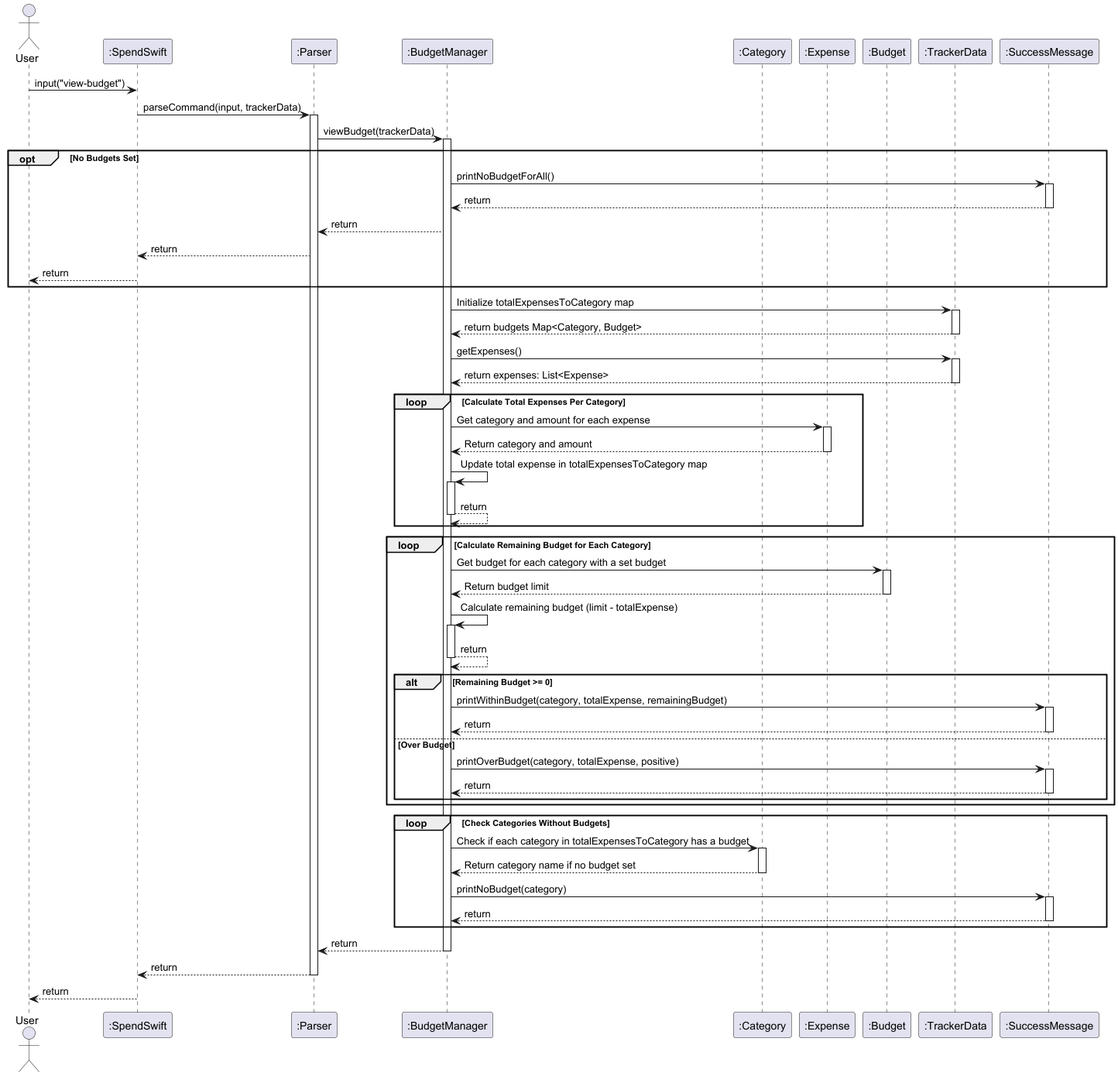
The PlantUML diagram docs/sequencediagrams/ViewBudget.png in nus-cs2113-AY2425S1/tp, before a commit.
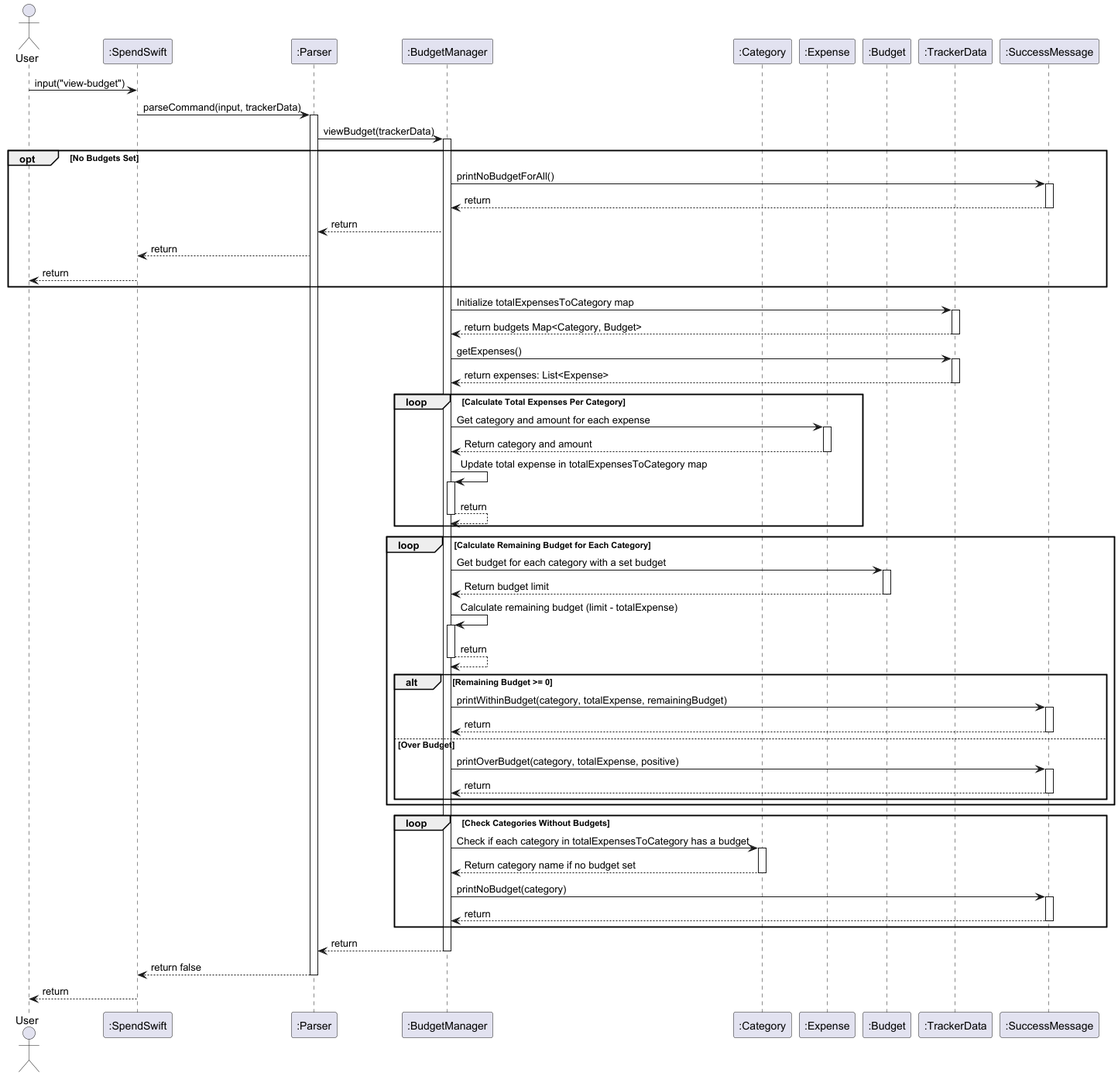
The same file after the commit.

Change to the diagram source:
```diff
@@ -86,7 +86,7 @@
     end
 BudgetManager --> Parser : return
 deactivate BudgetManager
-Parser --> SpendSwift : return
+Parser --> SpendSwift : return false
 deactivate Parser
 SpendSwift --> User : return
 deactivate SpendSwift
```
